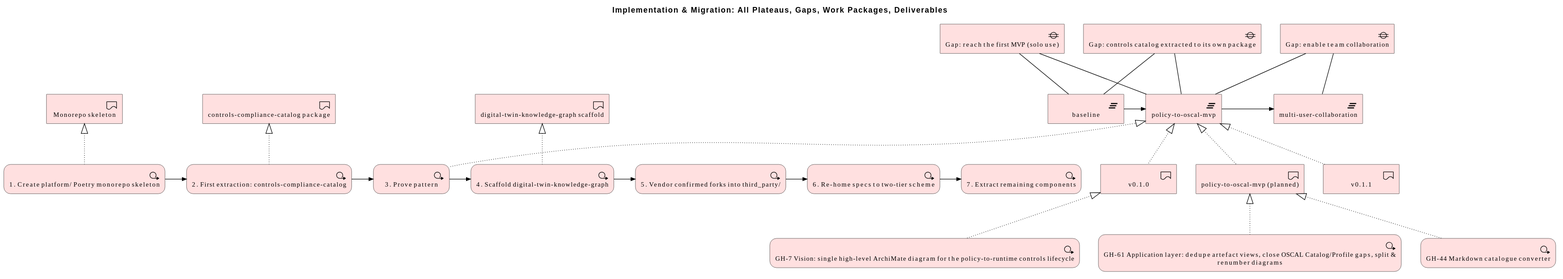
Earlier version of the PlantUML export architecture/model/diagrams/migration/overview.svg (wolffy-au/frictionless-architect). Its diagram source:
```plantuml
@startuml
!include <archimate/Archimate>

title Implementation & Migration: All Plateaus, Gaps, Work Packages, Deliverables

Implementation_WorkPackage(e_idbd449c19b4d151, "1. Create platform/ Poetry monorepo skeleton")
Implementation_WorkPackage(e_idf7f5656c5dbc55, "2. First extraction: controls-compliance-catalog")
Implementation_WorkPackage(e_id8526bedb919051, "3. Prove pattern")
Implementation_WorkPackage(e_idb5aefc03c12758, "4. Scaffold digital-twin-knowledge-graph")
Implementation_WorkPackage(e_ide65ef885c75d5c, "5. Vendor confirmed forks into third_party/")
Implementation_WorkPackage(e_idca8b472cbb665f, "6. Re-home specs to two-tier scheme")
Implementation_WorkPackage(e_idb1ceb35faf4e51, "7. Extract remaining components")
Implementation_Deliverable(e_idbee89c6988a65e, "Monorepo skeleton")
Implementation_Deliverable(e_iddb0e3448ac8e55, "controls-compliance-catalog package")
Implementation_Deliverable(e_idfd60d816da9a57, "digital-twin-knowledge-graph scaffold")
Implementation_Plateau(e_id4accde76fa5858, "baseline")
Implementation_Gap(e_idea9942f7e66155, "Gap: controls catalog extracted to its own package")
Implementation_Gap(e_id4b156310597055, "Gap: reach the first MVP (solo use)")
Implementation_Gap(e_idd9da54d5550b52, "Gap: enable team collaboration")
Implementation_Deliverable(e_id81c17bb8a4cd53, "policy-to-oscal-mvp (planned)")
Implementation_Deliverable(e_id314ed2487dd05b, "v0.1.0")
Implementation_Deliverable(e_id2e464c827cef55, "v0.1.1")
Implementation_Plateau(e_id5024d2087dac51, "multi-user-collaboration")
Implementation_Plateau(e_idb94c55ad2a0756, "policy-to-oscal-mvp")
Implementation_WorkPackage(e_id340c952eaee456, "GH-61 Application layer: dedupe artefact views, close OSCAL Catalog/Profile gaps, split & renumber diagrams")
Implementation_WorkPackage(e_idec7bd9bf840c5d, "GH-44 Markdown catalogue converter")
Implementation_WorkPackage(e_id8683212dafbd5b, "GH-7 Vision: single high-level ArchiMate diagram for the policy-to-runtime controls lifecycle")

Rel_Triggering_Right(e_idbd449c19b4d151, e_idf7f5656c5dbc55, "")
Rel_Triggering_Right(e_idf7f5656c5dbc55, e_id8526bedb919051, "")
Rel_Triggering_Right(e_id8526bedb919051, e_idb5aefc03c12758, "")
Rel_Triggering_Right(e_idb5aefc03c12758, e_ide65ef885c75d5c, "")
Rel_Triggering_Right(e_ide65ef885c75d5c, e_idca8b472cbb665f, "")
Rel_Triggering_Right(e_idca8b472cbb665f, e_idb1ceb35faf4e51, "")
Rel_Realization_Up(e_idbd449c19b4d151, e_idbee89c6988a65e, "")
Rel_Realization_Up(e_idf7f5656c5dbc55, e_iddb0e3448ac8e55, "")
Rel_Realization_Up(e_idb5aefc03c12758, e_idfd60d816da9a57, "")
Rel_Realization_Up(e_id8526bedb919051, e_idb94c55ad2a0756, "")
Rel_Association(e_idea9942f7e66155, e_id4accde76fa5858, "")
Rel_Association(e_idea9942f7e66155, e_idb94c55ad2a0756, "")
Rel_Triggering_Right(e_id4accde76fa5858, e_idb94c55ad2a0756, "")
Rel_Triggering_Right(e_idb94c55ad2a0756, e_id5024d2087dac51, "")
Rel_Association(e_id4b156310597055, e_id4accde76fa5858, "")
Rel_Association(e_id4b156310597055, e_idb94c55ad2a0756, "")
Rel_Association(e_idd9da54d5550b52, e_idb94c55ad2a0756, "")
Rel_Association(e_idd9da54d5550b52, e_id5024d2087dac51, "")
Rel_Realization_Up(e_id81c17bb8a4cd53, e_idb94c55ad2a0756, "")
Rel_Realization_Up(e_id314ed2487dd05b, e_idb94c55ad2a0756, "")
Rel_Realization_Up(e_id2e464c827cef55, e_idb94c55ad2a0756, "")
Rel_Realization_Up(e_id340c952eaee456, e_id81c17bb8a4cd53, "")
Rel_Realization_Up(e_idec7bd9bf840c5d, e_id81c17bb8a4cd53, "")
Rel_Realization_Up(e_id8683212dafbd5b, e_id314ed2487dd05b, "")
@enduml
```
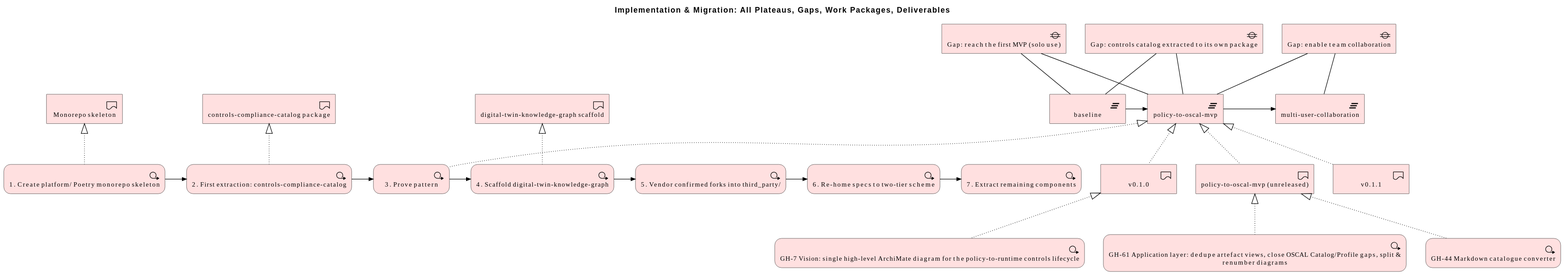
The same file after the commit.

Change to the diagram source:
```diff
@@ -17,7 +17,7 @@
 Implementation_Gap(e_idea9942f7e66155, "Gap: controls catalog extracted to its own package")
 Implementation_Gap(e_id4b156310597055, "Gap: reach the first MVP (solo use)")
 Implementation_Gap(e_idd9da54d5550b52, "Gap: enable team collaboration")
-Implementation_Deliverable(e_id81c17bb8a4cd53, "policy-to-oscal-mvp (planned)")
+Implementation_Deliverable(e_ide553dac909af52, "policy-to-oscal-mvp (unreleased)")
 Implementation_Deliverable(e_id314ed2487dd05b, "v0.1.0")
 Implementation_Deliverable(e_id2e464c827cef55, "v0.1.1")
 Implementation_Plateau(e_id5024d2087dac51, "multi-user-collaboration")
@@ -44,10 +44,10 @@
 Rel_Association(e_id4b156310597055, e_idb94c55ad2a0756, "")
 Rel_Association(e_idd9da54d5550b52, e_idb94c55ad2a0756, "")
 Rel_Association(e_idd9da54d5550b52, e_id5024d2087dac51, "")
-Rel_Realization_Up(e_id81c17bb8a4cd53, e_idb94c55ad2a0756, "")
+Rel_Realization_Up(e_ide553dac909af52, e_idb94c55ad2a0756, "")
 Rel_Realization_Up(e_id314ed2487dd05b, e_idb94c55ad2a0756, "")
 Rel_Realization_Up(e_id2e464c827cef55, e_idb94c55ad2a0756, "")
-Rel_Realization_Up(e_id340c952eaee456, e_id81c17bb8a4cd53, "")
-Rel_Realization_Up(e_idec7bd9bf840c5d, e_id81c17bb8a4cd53, "")
+Rel_Realization_Up(e_id340c952eaee456, e_ide553dac909af52, "")
+Rel_Realization_Up(e_idec7bd9bf840c5d, e_ide553dac909af52, "")
 Rel_Realization_Up(e_id8683212dafbd5b, e_id314ed2487dd05b, "")
 @enduml
```
